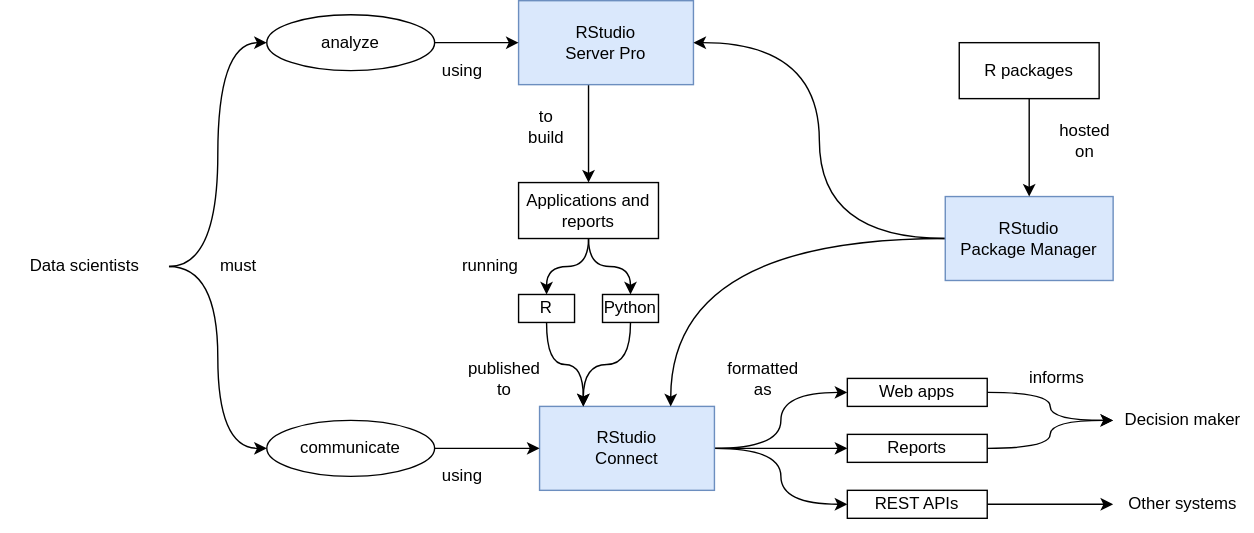
This is docs/assets/team_concept_map.drawio.svg from rstudio/team-admin.rstudio.com, a draw.io export, as it was before one commit. Source tidied: cells renumbered, new cells last; positions are measured from the earlier drawing's top-left corner, leaving out a move shared by most shapes.
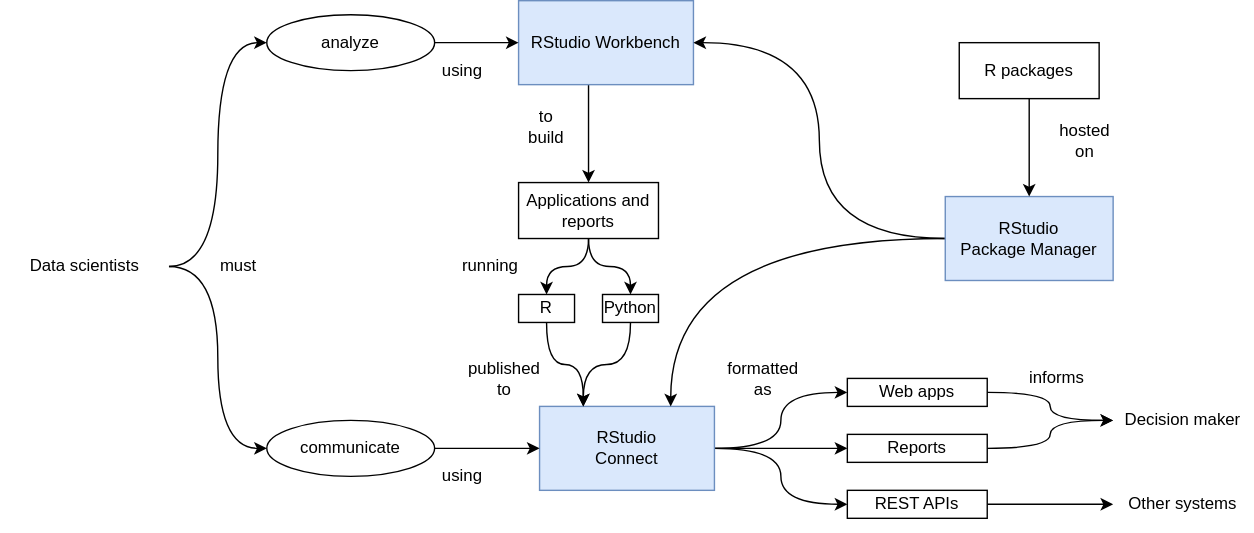
After the commit.

Change to the diagram source:
```diff
@@ -14,7 +14,7 @@
     <mxCell id="5" style="edgeStyle=orthogonalEdgeStyle;curved=1;rounded=0;jettySize=auto;html=1;exitX=0.4;exitY=1;exitDx=0;exitDy=0;exitPerimeter=0;" parent="1" edge="1" source="6" target="30">
       <mxGeometry relative="1" as="geometry" />
     </mxCell>
-    <mxCell id="6" value="RStudio&lt;br&gt;Server Pro" style="rounded=0;whiteSpace=wrap;html=1;fillColor=#dae8fc;strokeColor=#6c8ebf;" parent="1" vertex="1">
+    <mxCell id="6" value="RStudio Workbench" style="rounded=0;whiteSpace=wrap;html=1;fillColor=#dae8fc;strokeColor=#6c8ebf;" parent="1" vertex="1">
       <mxGeometry x="370" width="125" height="60" as="geometry" />
     </mxCell>
     <mxCell id="7" style="edgeStyle=orthogonalEdgeStyle;rounded=0;jettySize=auto;html=1;curved=1;" parent="1" edge="1" source="10" target="23">
```
